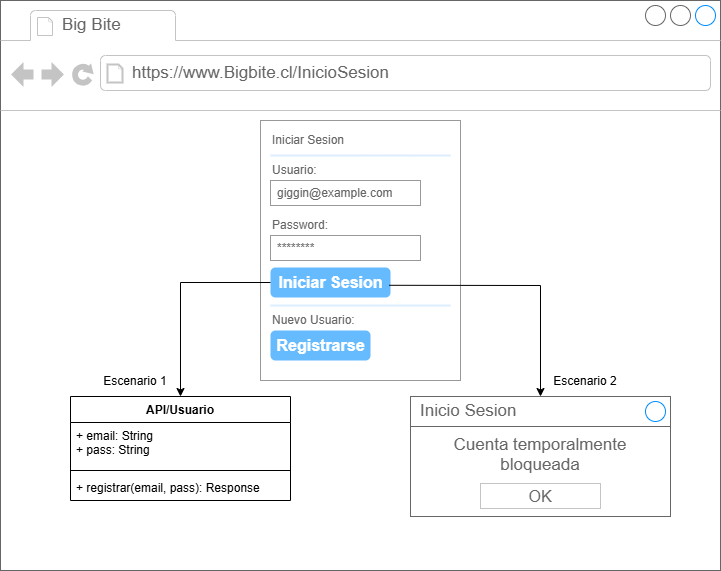
Before: UX-B01-RegistroUsuario.png, a diagram exported from draw.io (Giggin-html/dwm4). Source tidied: cells renumbered, new cells last; positions are measured from the earlier drawing's top-left corner, leaving out a move shared by most shapes.
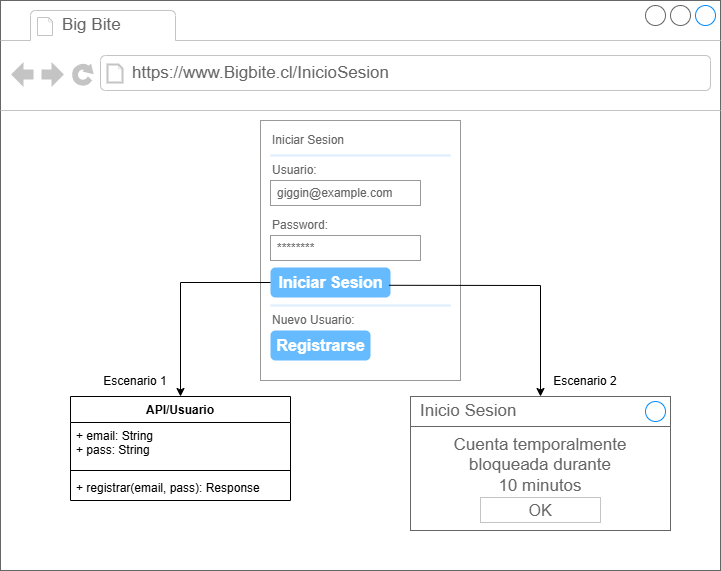
After the change.

What changed in the source:
```diff
@@ -23,8 +23,8 @@
     <mxCell id="8" value="+ registrar(email, pass): Response" style="text;strokeColor=none;fillColor=none;align=left;verticalAlign=top;spacingLeft=4;spacingRight=4;overflow=hidden;whiteSpace=wrap;html=1;" parent="5" vertex="1">
       <mxGeometry y="78" width="220" height="26" as="geometry" />
     </mxCell>
-    <mxCell id="9" value="Cuenta temporalmente&lt;div&gt;bloqueada&lt;/div&gt;" style="strokeWidth=1;shadow=0;dashed=0;align=center;html=1;shape=mxgraph.mockup.containers.rrect;rSize=0;strokeColor=#666666;fontColor=#666666;fontSize=17;verticalAlign=top;whiteSpace=wrap;fillColor=#ffffff;spacingTop=32;" parent="2" vertex="1">
-      <mxGeometry x="410" y="396" width="260" height="120" as="geometry" />
+    <mxCell id="9" value="Cuenta temporalmente&lt;div&gt;bloqueada durante&lt;/div&gt;&lt;div&gt;10 minutos&lt;/div&gt;" style="strokeWidth=1;shadow=0;dashed=0;align=center;html=1;shape=mxgraph.mockup.containers.rrect;rSize=0;strokeColor=#666666;fontColor=#666666;fontSize=17;verticalAlign=top;whiteSpace=wrap;fillColor=#ffffff;spacingTop=32;" parent="2" vertex="1">
+      <mxGeometry x="410" y="396" width="260" height="134" as="geometry" />
     </mxCell>
     <mxCell id="10" value="Inicio Sesion" style="strokeWidth=1;shadow=0;dashed=0;align=center;html=1;shape=mxgraph.mockup.containers.rrect;rSize=0;fontSize=17;fontColor=#666666;strokeColor=#666666;align=left;spacingLeft=8;fillColor=#ffffff;whiteSpace=wrap;" parent="9" vertex="1">
       <mxGeometry width="260" height="30" relative="1" as="geometry" />
```
